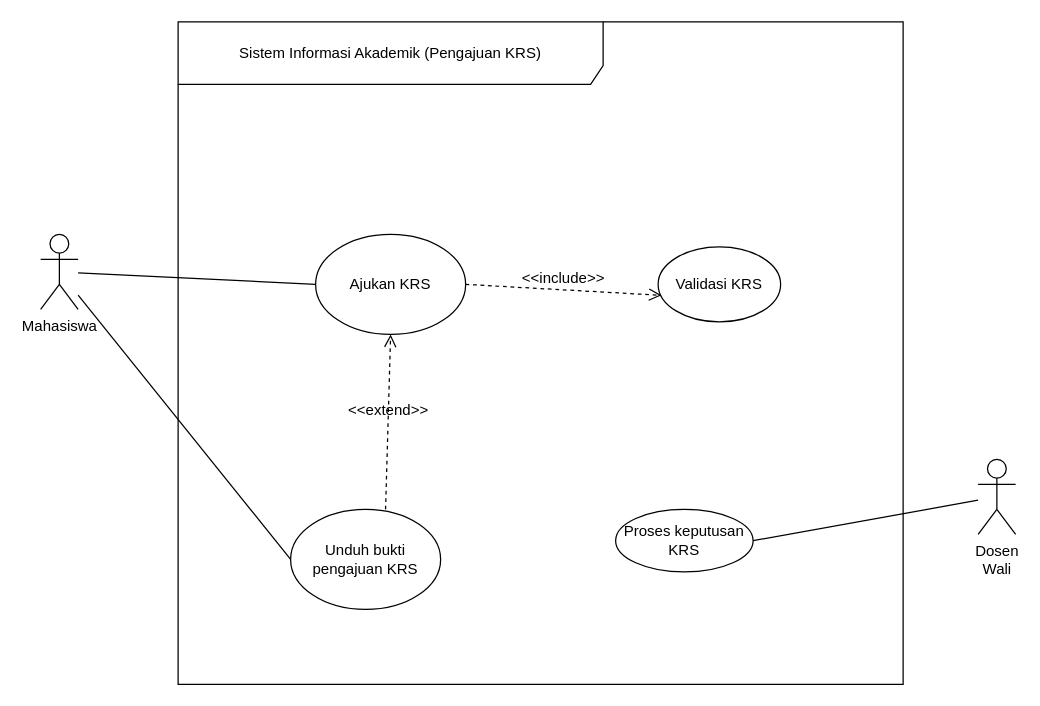
This is page "Halaman-1" (1 of 2) of 03_latihan_tools/P03/SIA/P03_2406002_SIA_usecase_v01.drawio from MuhammadYusufFaturahman-55/IFRWP5149_2406002_LabAlat, a draw.io file, before an edit. Source tidied: cells renumbered, new cells numbered last; positions are measured from the earlier drawing's top-left corner, leaving out a move shared by most shapes. Both pictures are drawn from the tidied source at 125%, with x=0, y=0 at pixel (40, 21).
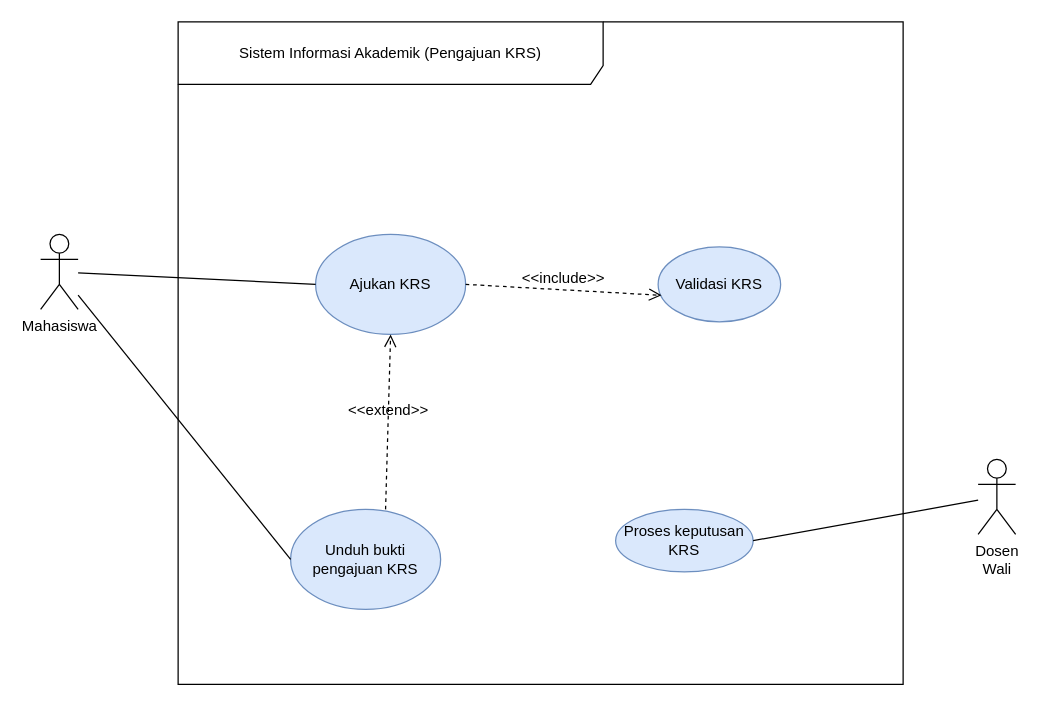
The same diagram, later.

The edit, as a diff of the source:
```diff
@@
 <mxGraphModel>
   <root>
     <mxCell id="0" />
     <mxCell id="1" parent="0" />
     <mxCell id="2" value="Sistem Informasi Akademik (Pengajuan KRS)" style="shape=umlFrame;whiteSpace=wrap;html=1;width=340;height=50;" parent="1" vertex="1">
       <mxGeometry x="110" width="580" height="530" as="geometry" />
     </mxCell>
-    <mxCell id="3" value="Ajukan KRS" style="ellipse;whiteSpace=wrap;html=1;shapeInside=1;" parent="2" vertex="1">
+    <mxCell id="3" value="Ajukan KRS" style="ellipse;whiteSpace=wrap;html=1;shapeInside=1;fillColor=#dae8fc;strokeColor=#6c8ebf;" parent="2" vertex="1">
       <mxGeometry x="110" y="170" width="120" height="80" as="geometry" />
     </mxCell>
-    <mxCell id="4" value="Unduh bukti pengajuan KRS" style="ellipse;whiteSpace=wrap;html=1;shapeInside=1;" parent="2" vertex="1">
+    <mxCell id="4" value="Unduh bukti pengajuan KRS" style="ellipse;whiteSpace=wrap;html=1;shapeInside=1;fillColor=#dae8fc;strokeColor=#6c8ebf;" parent="2" vertex="1">
       <mxGeometry x="90" y="390" width="120" height="80" as="geometry" />
     </mxCell>
-    <mxCell id="5" value="Validasi KRS" style="ellipse;whiteSpace=wrap;html=1;shapeInside=1;" parent="2" vertex="1">
+    <mxCell id="5" value="Validasi KRS" style="ellipse;whiteSpace=wrap;html=1;shapeInside=1;fillColor=#dae8fc;strokeColor=#6c8ebf;" parent="2" vertex="1">
       <mxGeometry x="384" y="180" width="98" height="60" as="geometry" />
     </mxCell>
-    <mxCell id="6" value="Proses keputusan KRS" style="ellipse;whiteSpace=wrap;html=1;shapeInside=1;" parent="2" vertex="1">
+    <mxCell id="6" value="Proses keputusan KRS" style="ellipse;whiteSpace=wrap;html=1;shapeInside=1;fillColor=#dae8fc;strokeColor=#6c8ebf;" parent="2" vertex="1">
       <mxGeometry x="350" y="390" width="110" height="50" as="geometry" />
     </mxCell>
     <mxCell id="7" value="&amp;lt;&amp;lt;include&amp;gt;&amp;gt;" style="html=1;verticalAlign=bottom;labelBackgroundColor=none;endArrow=open;endFill=0;dashed=1;rounded=0;fontSize=12;startSize=8;endSize=8;curved=1;entryX=0.028;entryY=0.646;entryDx=0;entryDy=0;entryPerimeter=0;exitX=1;exitY=0.5;exitDx=0;exitDy=0;" parent="2" edge="1" source="3" target="5">
       <mxGeometry relative="1" as="geometry" />
     </mxCell>
     <mxCell id="8" value="&amp;lt;&amp;lt;extend&amp;gt;&amp;gt;" style="html=1;verticalAlign=bottom;labelBackgroundColor=none;endArrow=open;endFill=0;dashed=1;rounded=0;fontSize=12;startSize=8;endSize=8;curved=1;entryX=0.5;entryY=1;entryDx=0;entryDy=0;exitX=0.633;exitY=0;exitDx=0;exitDy=0;exitPerimeter=0;" parent="2" edge="1" source="4" target="3">
       <mxGeometry relative="1" as="geometry" />
     </mxCell>
     <mxCell id="9" style="edgeStyle=none;curved=1;rounded=0;curveGeometry=1;jettySize=auto;html=1;entryX=0;entryY=0.5;entryDx=0;entryDy=0;fontSize=12;startSize=8;endSize=8;endArrow=none;endFill=0;" parent="1" edge="1" source="10" target="4">
       <mxGeometry relative="1" as="geometry" />
     </mxCell>
     <mxCell id="10" value="Mahasiswa" style="shape=umlActor;verticalLabelPosition=bottom;verticalAlign=top;html=1;" parent="1" vertex="1">
       <mxGeometry y="170" width="30" height="60" as="geometry" />
     </mxCell>
     <mxCell id="11" style="edgeStyle=none;curved=1;rounded=0;curveGeometry=1;jettySize=auto;html=1;entryX=1;entryY=0.5;entryDx=0;entryDy=0;fontSize=12;startSize=8;endSize=8;endArrow=none;endFill=0;" parent="1" edge="1" source="12" target="6">
       <mxGeometry relative="1" as="geometry" />
     </mxCell>
     <mxCell id="12" value="Dosen&lt;br&gt;Wali" style="shape=umlActor;verticalLabelPosition=bottom;verticalAlign=top;html=1;" parent="1" vertex="1">
       <mxGeometry x="750" y="350" width="30" height="60" as="geometry" />
     </mxCell>
     <mxCell id="13" style="edgeStyle=none;curved=1;rounded=0;curveGeometry=1;jettySize=auto;html=1;fontSize=12;startSize=8;endSize=8;endArrow=none;endFill=0;entryX=0;entryY=0.5;entryDx=0;entryDy=0;" parent="1" edge="1" source="10" target="3">
       <mxGeometry relative="1" as="geometry" />
     </mxCell>
   </root>
 </mxGraphModel>
```
